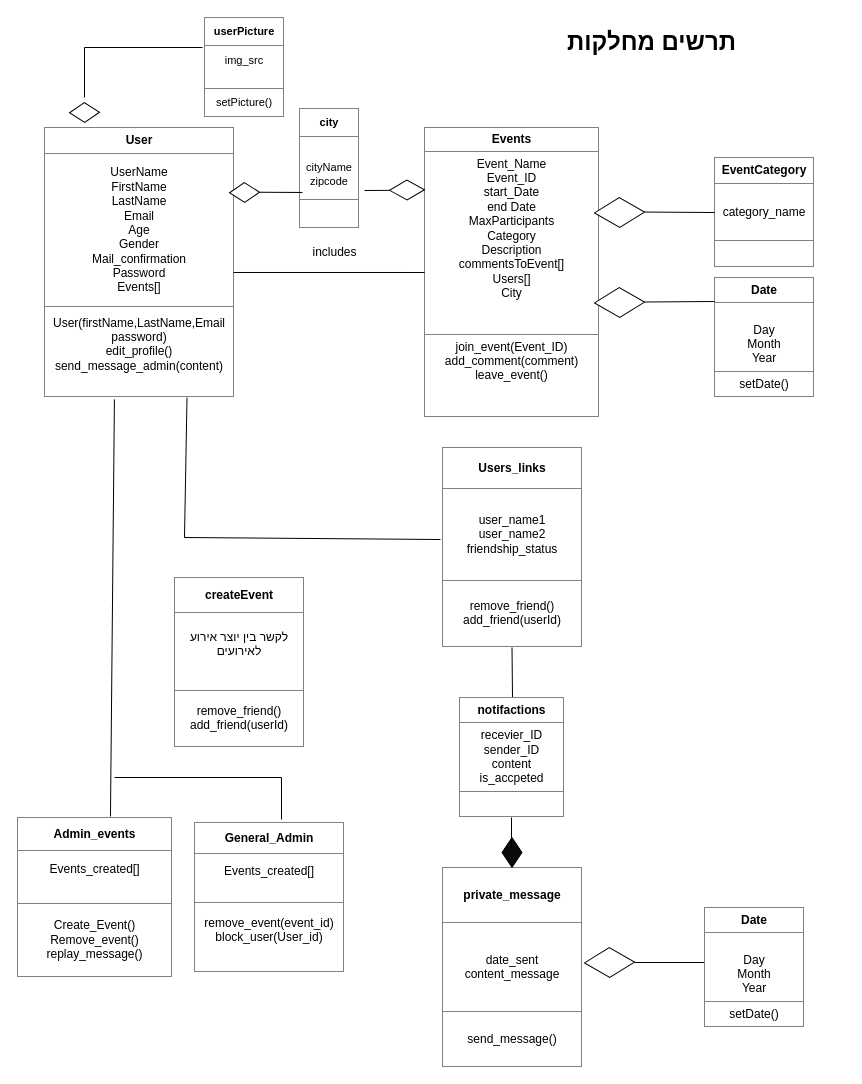
Above: classDiagram.drawio in NeoZi12/NeoAndLeon (draw.io), before the change. Source tidied: cells renumbered, new cells numbered last; positions are measured from the earlier drawing's top-left corner, leaving out a move shared by most shapes. Both pictures are drawn from the tidied source at 100%, with x=0, y=0 at pixel (16, 17).
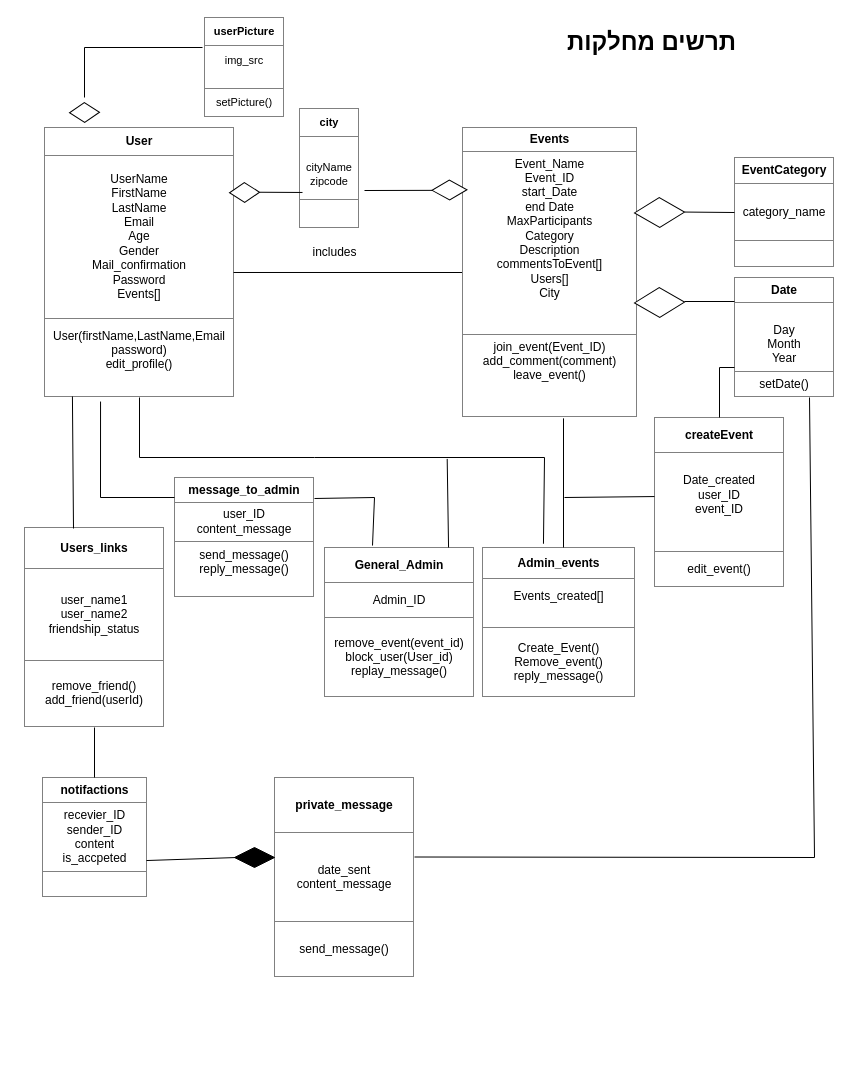
The same diagram, later.

Diff of the diagram source:
```diff
@@
-    <mxCell id="3" value="&lt;table border=&quot;1&quot; width=&quot;100%&quot; height=&quot;100%&quot; cellpadding=&quot;4&quot; style=&quot;width:100%;height:100%;border-collapse:collapse;&quot;&gt;&lt;tbody&gt;&lt;tr&gt;&lt;th align=&quot;center&quot;&gt;User&lt;/th&gt;&lt;/tr&gt;&lt;tr&gt;&lt;td align=&quot;center&quot;&gt;UserName&lt;br&gt;FirstName&lt;br&gt;LastName&lt;br&gt;Email&lt;br&gt;Age&lt;br&gt;Gender&lt;br&gt;Mail_confirmation&lt;br&gt;Password&lt;br&gt;Events[]&lt;/td&gt;&lt;/tr&gt;&lt;tr&gt;&lt;td align=&quot;center&quot;&gt;User(firstName,LastName,Email&lt;br&gt;password)&lt;br&gt;edit_profile()&lt;br&gt;send_message_admin(content)&lt;br&gt;&lt;br&gt;&lt;/td&gt;&lt;/tr&gt;&lt;/tbody&gt;&lt;/table&gt;" style="text;html=1;whiteSpace=wrap;strokeColor=none;fillColor=none;overflow=fill;" parent="1" vertex="1">
+    <mxCell id="3" value="&lt;table border=&quot;1&quot; width=&quot;100%&quot; height=&quot;100%&quot; cellpadding=&quot;4&quot; style=&quot;width:100%;height:100%;border-collapse:collapse;&quot;&gt;&lt;tbody&gt;&lt;tr&gt;&lt;th align=&quot;center&quot;&gt;User&lt;/th&gt;&lt;/tr&gt;&lt;tr&gt;&lt;td align=&quot;center&quot;&gt;UserName&lt;br&gt;FirstName&lt;br&gt;LastName&lt;br&gt;Email&lt;br&gt;Age&lt;br&gt;Gender&lt;br&gt;Mail_confirmation&lt;br&gt;Password&lt;br&gt;Events[]&lt;/td&gt;&lt;/tr&gt;&lt;tr&gt;&lt;td align=&quot;center&quot;&gt;User(firstName,LastName,Email&lt;br&gt;password)&lt;br&gt;edit_profile()&lt;br&gt;&lt;br&gt;&lt;/td&gt;&lt;/tr&gt;&lt;/tbody&gt;&lt;/table&gt;" style="text;html=1;whiteSpace=wrap;strokeColor=none;fillColor=none;overflow=fill;" parent="1" vertex="1">
       <mxGeometry x="28" y="110" width="190" height="270" as="geometry" />
     </mxCell>
-    <mxCell id="4" value="&lt;table border=&quot;1&quot; width=&quot;100%&quot; height=&quot;100%&quot; cellpadding=&quot;4&quot; style=&quot;width:100%;height:100%;border-collapse:collapse;&quot;&gt;&lt;tbody&gt;&lt;tr&gt;&lt;th align=&quot;center&quot;&gt;Admin_events&lt;/th&gt;&lt;/tr&gt;&lt;tr&gt;&lt;td align=&quot;center&quot;&gt;Events_created[]&lt;br&gt;&lt;br&gt;&lt;/td&gt;&lt;/tr&gt;&lt;tr&gt;&lt;td align=&quot;center&quot;&gt;Create_Event()&lt;br&gt;Remove_event()&lt;br&gt;replay_message()&lt;/td&gt;&lt;/tr&gt;&lt;/tbody&gt;&lt;/table&gt;" style="text;html=1;whiteSpace=wrap;strokeColor=none;fillColor=none;overflow=fill;" parent="1" vertex="1">
-      <mxGeometry x="0.5" y="800" width="155" height="160" as="geometry" />
+    <mxCell id="4" value="&lt;table border=&quot;1&quot; width=&quot;100%&quot; height=&quot;100%&quot; cellpadding=&quot;4&quot; style=&quot;width:100%;height:100%;border-collapse:collapse;&quot;&gt;&lt;tbody&gt;&lt;tr&gt;&lt;th align=&quot;center&quot;&gt;Admin_events&lt;/th&gt;&lt;/tr&gt;&lt;tr&gt;&lt;td align=&quot;center&quot;&gt;Events_created[]&lt;br&gt;&lt;br&gt;&lt;/td&gt;&lt;/tr&gt;&lt;tr&gt;&lt;td align=&quot;center&quot;&gt;Create_Event()&lt;br&gt;Remove_event()&lt;br&gt;reply_message()&lt;/td&gt;&lt;/tr&gt;&lt;/tbody&gt;&lt;/table&gt;" style="text;html=1;whiteSpace=wrap;strokeColor=none;fillColor=none;overflow=fill;" parent="1" vertex="1">
+      <mxGeometry x="465.5" y="530" width="152.5" height="150" as="geometry" />
     </mxCell>
     <mxCell id="5" value="&lt;table border=&quot;1&quot; width=&quot;100%&quot; height=&quot;100%&quot; cellpadding=&quot;4&quot; style=&quot;width:100%;height:100%;border-collapse:collapse;&quot;&gt;&lt;tbody&gt;&lt;tr&gt;&lt;th align=&quot;center&quot;&gt;Events&lt;/th&gt;&lt;/tr&gt;&lt;tr&gt;&lt;td align=&quot;center&quot;&gt;Event_Name&lt;br&gt;Event_ID&lt;br&gt;start_Date&lt;br&gt;end Date&lt;br&gt;MaxParticipants&lt;br&gt;Category&lt;br&gt;Description&lt;br&gt;commentsToEvent[]&lt;br&gt;Users[]&lt;br&gt;City&lt;br&gt;&lt;br&gt;&lt;br&gt;&lt;/td&gt;&lt;/tr&gt;&lt;tr&gt;&lt;td align=&quot;center&quot;&gt;join_event(Event_ID)&lt;br&gt;add_comment(comment)&lt;br&gt;leave_event()&lt;br&gt;&lt;br&gt;&lt;br&gt;&lt;/td&gt;&lt;/tr&gt;&lt;/tbody&gt;&lt;/table&gt;" style="text;html=1;whiteSpace=wrap;strokeColor=none;fillColor=none;overflow=fill;" parent="1" vertex="1">
-      <mxGeometry x="408" y="110" width="175" height="290" as="geometry" />
+      <mxGeometry x="445.5" y="110" width="175" height="290" as="geometry" />
     </mxCell>
-    <mxCell id="6" value="&lt;table border=&quot;1&quot; width=&quot;100%&quot; height=&quot;100%&quot; cellpadding=&quot;4&quot; style=&quot;width:100%;height:100%;border-collapse:collapse;&quot;&gt;&lt;tbody&gt;&lt;tr&gt;&lt;th align=&quot;center&quot;&gt;General_Admin&lt;/th&gt;&lt;/tr&gt;&lt;tr&gt;&lt;td align=&quot;center&quot;&gt;Events_created[]&lt;br&gt;&lt;br&gt;&lt;/td&gt;&lt;/tr&gt;&lt;tr&gt;&lt;td align=&quot;center&quot;&gt;remove_event(event_id)&lt;br&gt;block_user(User_id)&lt;br&gt;&lt;br&gt;&lt;/td&gt;&lt;/tr&gt;&lt;/tbody&gt;&lt;/table&gt;" style="text;html=1;whiteSpace=wrap;strokeColor=none;fillColor=none;overflow=fill;" parent="1" vertex="1">
-      <mxGeometry x="178" y="805" width="150" height="150" as="geometry" />
+    <mxCell id="6" value="&lt;table border=&quot;1&quot; width=&quot;100%&quot; height=&quot;100%&quot; cellpadding=&quot;4&quot; style=&quot;width:100%;height:100%;border-collapse:collapse;&quot;&gt;&lt;tbody&gt;&lt;tr&gt;&lt;th align=&quot;center&quot;&gt;General_Admin&lt;/th&gt;&lt;/tr&gt;&lt;tr&gt;&lt;td align=&quot;center&quot;&gt;Admin_ID&lt;/td&gt;&lt;/tr&gt;&lt;tr&gt;&lt;td align=&quot;center&quot;&gt;remove_event(event_id)&lt;br&gt;block_user(User_id)&lt;br&gt;replay_message()&lt;/td&gt;&lt;/tr&gt;&lt;/tbody&gt;&lt;/table&gt;" style="text;html=1;whiteSpace=wrap;strokeColor=none;fillColor=none;overflow=fill;" parent="1" vertex="1">
+      <mxGeometry x="308" y="530" width="150" height="150" as="geometry" />
     </mxCell>
@@
-    <mxCell id="9" style="endArrow=none;html=1;rounded=0;entryX=0.368;entryY=1.007;entryDx=0;entryDy=0;entryPerimeter=0;exitX=0.603;exitY=-0.006;exitDx=0;exitDy=0;exitPerimeter=0;" parent="1" edge="1" source="4" target="3">
-      <mxGeometry relative="1" as="geometry" />
-    </mxCell>
     <mxCell id="10" value="&lt;table border=&quot;1&quot; width=&quot;100%&quot; height=&quot;100%&quot; cellpadding=&quot;4&quot; style=&quot;width:100%;height:100%;border-collapse:collapse;&quot;&gt;&lt;tbody&gt;&lt;tr&gt;&lt;th align=&quot;center&quot;&gt;EventCategory&lt;/th&gt;&lt;/tr&gt;&lt;tr&gt;&lt;td align=&quot;center&quot;&gt;&lt;br&gt;category_name&lt;br&gt;&lt;br&gt;&lt;/td&gt;&lt;/tr&gt;&lt;tr&gt;&lt;td align=&quot;center&quot;&gt;&lt;br&gt;&lt;/td&gt;&lt;/tr&gt;&lt;/tbody&gt;&lt;/table&gt;" style="text;html=1;whiteSpace=wrap;strokeColor=none;fillColor=none;overflow=fill;" parent="1" vertex="1">
-      <mxGeometry x="698" y="140" width="100" height="110" as="geometry" />
+      <mxGeometry x="718" y="140" width="100" height="110" as="geometry" />
     </mxCell>
@@
     <mxCell id="13" style="rhombus;whiteSpace=wrap;html=1;rotation=89;" parent="1" vertex="1">
-      <mxGeometry x="588" y="170" width="30" height="50" as="geometry" />
+      <mxGeometry x="628" y="170" width="30" height="50" as="geometry" />
     </mxCell>
     <mxCell id="14" style="rhombus;whiteSpace=wrap;html=1;rotation=89;" parent="1" vertex="1">
-      <mxGeometry x="380.5" y="155.1" width="20" height="34.9" as="geometry" />
+      <mxGeometry x="423" y="155.1" width="20" height="34.9" as="geometry" />
     </mxCell>
@@
-    <mxCell id="18" style="endArrow=none;html=1;rounded=0;entryX=0.58;entryY=-0.02;entryDx=0;entryDy=0;entryPerimeter=0;" parent="1" edge="1" target="6">
-      <mxGeometry relative="1" as="geometry">
-        <mxPoint x="98" y="760" as="sourcePoint" />
-        <Array as="points">
-          <mxPoint x="265" y="760" />
-        </Array>
-      </mxGeometry>
-    </mxCell>
     <mxCell id="19" value="&lt;table border=&quot;1&quot; width=&quot;100%&quot; height=&quot;100%&quot; cellpadding=&quot;4&quot; style=&quot;width:100%;height:100%;border-collapse:collapse;&quot;&gt;&lt;tbody&gt;&lt;tr&gt;&lt;th align=&quot;center&quot;&gt;Users_links&lt;/th&gt;&lt;/tr&gt;&lt;tr&gt;&lt;td align=&quot;center&quot;&gt;user_name1&lt;br&gt;user_name2&lt;br&gt;friendship_status&lt;/td&gt;&lt;/tr&gt;&lt;tr&gt;&lt;td align=&quot;center&quot;&gt;remove_friend()&lt;br&gt;add_friend(userId)&lt;/td&gt;&lt;/tr&gt;&lt;/tbody&gt;&lt;/table&gt;" style="text;html=1;whiteSpace=wrap;strokeColor=none;fillColor=none;overflow=fill;" parent="1" vertex="1">
-      <mxGeometry x="425.5" y="430" width="140" height="200" as="geometry" />
+      <mxGeometry x="8" y="510" width="140" height="200" as="geometry" />
     </mxCell>
     <mxCell id="20" value="&lt;table border=&quot;1&quot; width=&quot;100%&quot; height=&quot;100%&quot; cellpadding=&quot;4&quot; style=&quot;width:100%;height:100%;border-collapse:collapse;&quot;&gt;&lt;tbody&gt;&lt;tr&gt;&lt;th align=&quot;center&quot;&gt;private_message&lt;/th&gt;&lt;/tr&gt;&lt;tr&gt;&lt;td align=&quot;center&quot;&gt;date_sent&lt;br&gt;content_message&lt;/td&gt;&lt;/tr&gt;&lt;tr&gt;&lt;td align=&quot;center&quot;&gt;send_message()&lt;/td&gt;&lt;/tr&gt;&lt;/tbody&gt;&lt;/table&gt;" style="text;html=1;whiteSpace=wrap;strokeColor=none;fillColor=none;overflow=fill;" parent="1" vertex="1">
-      <mxGeometry x="425.5" y="850" width="140" height="200" as="geometry" />
+      <mxGeometry x="258" y="760" width="140" height="200" as="geometry" />
     </mxCell>
-    <mxCell id="21" style="endArrow=none;html=1;rounded=0;entryX=0.5;entryY=1;entryDx=0;entryDy=0;" parent="1" edge="1" target="19">
-      <mxGeometry relative="1" as="geometry">
-        <mxPoint x="496" y="680" as="sourcePoint" />
-      </mxGeometry>
-    </mxCell>
@@
-    <mxCell id="25" style="endArrow=none;html=1;rounded=0;entryX=0.75;entryY=1;entryDx=0;entryDy=0;exitX=-0.011;exitY=0.46;exitDx=0;exitDy=0;exitPerimeter=0;" parent="1" edge="1" source="19" target="3">
-      <mxGeometry relative="1" as="geometry">
-        <Array as="points">
-          <mxPoint x="168" y="520" />
-        </Array>
-      </mxGeometry>
-    </mxCell>
     <mxCell id="26" value="&lt;table border=&quot;1&quot; width=&quot;100%&quot; height=&quot;100%&quot; cellpadding=&quot;4&quot; style=&quot;width:100%;height:100%;border-collapse:collapse;&quot;&gt;&lt;tbody&gt;&lt;tr&gt;&lt;th align=&quot;center&quot;&gt;notifactions&lt;/th&gt;&lt;/tr&gt;&lt;tr&gt;&lt;td align=&quot;center&quot;&gt;recevier_ID&lt;br&gt;sender_ID&lt;br&gt;content&lt;br&gt;is_accpeted&lt;/td&gt;&lt;/tr&gt;&lt;tr&gt;&lt;td align=&quot;center&quot;&gt;&lt;br&gt;&lt;/td&gt;&lt;/tr&gt;&lt;/tbody&gt;&lt;/table&gt;" style="text;html=1;whiteSpace=wrap;strokeColor=none;fillColor=none;overflow=fill;" parent="1" vertex="1">
-      <mxGeometry x="443" y="680" width="105" height="120" as="geometry" />
+      <mxGeometry x="25.5" y="760" width="105" height="120" as="geometry" />
     </mxCell>
-    <mxCell id="27" style="rhombus;whiteSpace=wrap;html=1;fillColor=#0A0A0A;" parent="1" vertex="1">
-      <mxGeometry x="485.5" y="820" width="20" height="30" as="geometry" />
-    </mxCell>
-    <mxCell id="28" style="endArrow=none;html=1;rounded=0;" parent="1" edge="1">
-      <mxGeometry relative="1" as="geometry">
-        <mxPoint x="495" y="830" as="sourcePoint" />
-        <mxPoint x="495" y="800" as="targetPoint" />
-      </mxGeometry>
-    </mxCell>
     <mxCell id="29" value="&lt;table border=&quot;1&quot; width=&quot;100%&quot; height=&quot;100%&quot; cellpadding=&quot;4&quot; style=&quot;width:100%;height:100%;border-collapse:collapse;&quot;&gt;&lt;tbody&gt;&lt;tr&gt;&lt;th align=&quot;center&quot;&gt;Date&lt;/th&gt;&lt;/tr&gt;&lt;tr&gt;&lt;td align=&quot;center&quot;&gt;&lt;br&gt;Day&lt;br&gt;Month&lt;br&gt;Year&lt;br&gt;&lt;/td&gt;&lt;/tr&gt;&lt;tr&gt;&lt;td align=&quot;center&quot;&gt;setDate()&lt;/td&gt;&lt;/tr&gt;&lt;/tbody&gt;&lt;/table&gt;" style="text;html=1;whiteSpace=wrap;strokeColor=none;fillColor=none;overflow=fill;" parent="1" vertex="1">
-      <mxGeometry x="698" y="260" width="100" height="120" as="geometry" />
+      <mxGeometry x="718" y="260" width="100" height="120" as="geometry" />
     </mxCell>
     <mxCell id="30" style="rhombus;whiteSpace=wrap;html=1;rotation=89;" parent="1" vertex="1">
-      <mxGeometry x="588" y="260" width="30" height="50" as="geometry" />
+      <mxGeometry x="628" y="260" width="30" height="50" as="geometry" />
     </mxCell>
-    <mxCell id="31" style="endArrow=none;html=1;rounded=0;entryX=0;entryY=0.2;entryDx=0;entryDy=0;exitX=0.5;exitY=0;exitDx=0;exitDy=0;entryPerimeter=0;" parent="1" edge="1" target="29">
+    <mxCell id="31" style="endArrow=none;html=1;rounded=0;entryX=0;entryY=0.2;entryDx=0;entryDy=0;entryPerimeter=0;" parent="1" edge="1" target="29">
       <mxGeometry relative="1" as="geometry">
-        <mxPoint x="628" y="284.5" as="sourcePoint" />
+        <mxPoint x="668" y="284" as="sourcePoint" />
       </mxGeometry>
     </mxCell>
-    <mxCell id="32" style="rhombus;whiteSpace=wrap;html=1;rotation=89;" parent="1" vertex="1">
-      <mxGeometry x="578" y="920" width="30" height="50" as="geometry" />
-    </mxCell>
-    <mxCell id="33" style="endArrow=none;html=1;rounded=0;exitX=0.5;exitY=0;exitDx=0;exitDy=0;" parent="1" edge="1">
-      <mxGeometry relative="1" as="geometry">
-        <mxPoint x="618" y="945" as="sourcePoint" />
-        <mxPoint x="688" y="945" as="targetPoint" />
-      </mxGeometry>
-    </mxCell>
-    <mxCell id="34" value="&lt;table border=&quot;1&quot; width=&quot;100%&quot; height=&quot;100%&quot; cellpadding=&quot;4&quot; style=&quot;width:100%;height:100%;border-collapse:collapse;&quot;&gt;&lt;tbody&gt;&lt;tr&gt;&lt;th align=&quot;center&quot;&gt;Date&lt;/th&gt;&lt;/tr&gt;&lt;tr&gt;&lt;td align=&quot;center&quot;&gt;&lt;br&gt;Day&lt;br&gt;Month&lt;br&gt;Year&lt;br&gt;&lt;/td&gt;&lt;/tr&gt;&lt;tr&gt;&lt;td align=&quot;center&quot;&gt;setDate()&lt;/td&gt;&lt;/tr&gt;&lt;/tbody&gt;&lt;/table&gt;" style="text;html=1;whiteSpace=wrap;strokeColor=none;fillColor=none;overflow=fill;" parent="1" vertex="1">
-      <mxGeometry x="688" y="890" width="100" height="120" as="geometry" />
-    </mxCell>
-    <mxCell id="35" value="&lt;table border=&quot;1&quot; width=&quot;100%&quot; height=&quot;100%&quot; cellpadding=&quot;4&quot; style=&quot;width:100%;height:100%;border-collapse:collapse;&quot;&gt;&lt;tbody&gt;&lt;tr&gt;&lt;th align=&quot;center&quot;&gt;createEvent&lt;/th&gt;&lt;/tr&gt;&lt;tr&gt;&lt;td align=&quot;center&quot;&gt;לקשר בין יוצר אירוע לאירועים&lt;br&gt;&lt;br&gt;&lt;/td&gt;&lt;/tr&gt;&lt;tr&gt;&lt;td align=&quot;center&quot;&gt;remove_friend()&lt;br&gt;add_friend(userId)&lt;/td&gt;&lt;/tr&gt;&lt;/tbody&gt;&lt;/table&gt;" style="text;html=1;whiteSpace=wrap;strokeColor=none;fillColor=none;overflow=fill;" parent="1" vertex="1">
-      <mxGeometry x="158" y="560" width="130" height="170" as="geometry" />
+    <mxCell id="35" value="&lt;table border=&quot;1&quot; width=&quot;100%&quot; height=&quot;100%&quot; cellpadding=&quot;4&quot; style=&quot;width:100%;height:100%;border-collapse:collapse;&quot;&gt;&lt;tbody&gt;&lt;tr&gt;&lt;th align=&quot;center&quot;&gt;createEvent&lt;/th&gt;&lt;/tr&gt;&lt;tr&gt;&lt;td align=&quot;center&quot;&gt;Date_created&lt;br&gt;user_ID&lt;br&gt;event_ID&lt;br&gt;&lt;br&gt;&lt;/td&gt;&lt;/tr&gt;&lt;tr&gt;&lt;td align=&quot;center&quot;&gt;edit_event()&lt;/td&gt;&lt;/tr&gt;&lt;/tbody&gt;&lt;/table&gt;" style="text;html=1;whiteSpace=wrap;strokeColor=none;fillColor=none;overflow=fill;" parent="1" vertex="1">
+      <mxGeometry x="638" y="400" width="130" height="170" as="geometry" />
     </mxCell>
+    <mxCell id="36" style="endArrow=none;html=1;rounded=0;entryX=0.58;entryY=1.003;entryDx=0;entryDy=0;entryPerimeter=0;" parent="1" edge="1" target="5">
+      <mxGeometry relative="1" as="geometry">
+        <mxPoint x="547" y="530" as="sourcePoint" />
+      </mxGeometry>
+    </mxCell>
+    <mxCell id="37" style="endArrow=none;html=1;rounded=0;entryX=0;entryY=0.465;entryDx=0;entryDy=0;entryPerimeter=0;" parent="1" edge="1" target="35">
+      <mxGeometry relative="1" as="geometry">
+        <mxPoint x="548" y="480" as="sourcePoint" />
+      </mxGeometry>
+    </mxCell>
+    <mxCell id="9" style="endArrow=none;html=1;rounded=0;entryX=0.5;entryY=1;entryDx=0;entryDy=0;exitX=0.403;exitY=-0.025;exitDx=0;exitDy=0;exitPerimeter=0;" parent="1" edge="1" source="4" target="3">
+      <mxGeometry relative="1" as="geometry">
+        <Array as="points">
+          <mxPoint x="528" y="440" />
+          <mxPoint x="298" y="440" />
+          <mxPoint x="123" y="440" />
+        </Array>
+      </mxGeometry>
+    </mxCell>
+    <mxCell id="38" style="endArrow=none;html=1;rounded=0;exitX=0.827;exitY=0;exitDx=0;exitDy=0;exitPerimeter=0;" parent="1" edge="1" source="6">
+      <mxGeometry relative="1" as="geometry">
+        <mxPoint x="430.7" y="441.4" as="targetPoint" />
+      </mxGeometry>
+    </mxCell>
+    <mxCell id="25" style="endArrow=none;html=1;rounded=0;entryX=0.147;entryY=0.996;entryDx=0;entryDy=0;exitX=0.35;exitY=0.005;exitDx=0;exitDy=0;exitPerimeter=0;entryPerimeter=0;" parent="1" edge="1" source="19" target="3">
+      <mxGeometry relative="1" as="geometry" />
+    </mxCell>
+    <mxCell id="39" style="endArrow=none;html=1;rounded=0;entryX=0.5;entryY=1;entryDx=0;entryDy=0;exitX=0.5;exitY=0;exitDx=0;exitDy=0;" parent="1" edge="1" source="26" target="19">
+      <mxGeometry relative="1" as="geometry" />
+    </mxCell>
+    <mxCell id="40" style="endArrow=none;html=1;rounded=0;exitX=0.995;exitY=0.692;exitDx=0;exitDy=0;exitPerimeter=0;" parent="1" edge="1" source="26">
+      <mxGeometry relative="1" as="geometry">
+        <mxPoint x="220.5" y="840" as="targetPoint" />
+      </mxGeometry>
+    </mxCell>
+    <mxCell id="41" style="rhombus;whiteSpace=wrap;html=1;fillColor=#000000;" parent="1" vertex="1">
+      <mxGeometry x="218" y="830" width="40" height="20" as="geometry" />
+    </mxCell>
+    <mxCell id="42" style="endArrow=none;html=1;rounded=0;entryX=0.75;entryY=1;entryDx=0;entryDy=0;" parent="1" edge="1" target="29">
+      <mxGeometry relative="1" as="geometry">
+        <mxPoint x="398" y="839.5" as="sourcePoint" />
+        <Array as="points">
+          <mxPoint x="798" y="840" />
+        </Array>
+      </mxGeometry>
+    </mxCell>
+    <mxCell id="43" style="endArrow=none;html=1;rounded=0;exitX=0.5;exitY=0;exitDx=0;exitDy=0;" parent="1" edge="1" source="35">
+      <mxGeometry relative="1" as="geometry">
+        <mxPoint x="718" y="350" as="targetPoint" />
+        <Array as="points">
+          <mxPoint x="703" y="350" />
+        </Array>
+      </mxGeometry>
+    </mxCell>
+    <mxCell id="44" value="&lt;table border=&quot;1&quot; width=&quot;100%&quot; height=&quot;100%&quot; cellpadding=&quot;4&quot; style=&quot;width:100%;height:100%;border-collapse:collapse;&quot;&gt;&lt;tbody&gt;&lt;tr&gt;&lt;th align=&quot;center&quot;&gt;message_to_admin&lt;/th&gt;&lt;/tr&gt;&lt;tr&gt;&lt;td align=&quot;center&quot;&gt;user_ID&lt;br&gt;content_message&lt;/td&gt;&lt;/tr&gt;&lt;tr&gt;&lt;td align=&quot;center&quot;&gt;send_message()&lt;br&gt;reply_message()&lt;br&gt;&lt;br&gt;&lt;/td&gt;&lt;/tr&gt;&lt;/tbody&gt;&lt;/table&gt;" style="text;html=1;whiteSpace=wrap;strokeColor=none;fillColor=none;overflow=fill;" parent="1" vertex="1">
+      <mxGeometry x="158" y="460" width="140" height="120" as="geometry" />
+    </mxCell>
+    <mxCell id="45" style="endArrow=none;html=1;rounded=0;entryX=0.295;entryY=1.015;entryDx=0;entryDy=0;entryPerimeter=0;" parent="1" edge="1" target="3">
+      <mxGeometry relative="1" as="geometry">
+        <mxPoint x="158" y="480" as="sourcePoint" />
+        <Array as="points">
+          <mxPoint x="84" y="480" />
+        </Array>
+      </mxGeometry>
+    </mxCell>
+    <mxCell id="46" style="endArrow=none;html=1;rounded=0;entryX=1;entryY=0.175;entryDx=0;entryDy=0;entryPerimeter=0;exitX=0.32;exitY=-0.013;exitDx=0;exitDy=0;exitPerimeter=0;" parent="1" edge="1" source="6" target="44">
+      <mxGeometry relative="1" as="geometry">
+        <Array as="points">
+          <mxPoint x="358" y="480" />
+        </Array>
+      </mxGeometry>
+    </mxCell>
```
